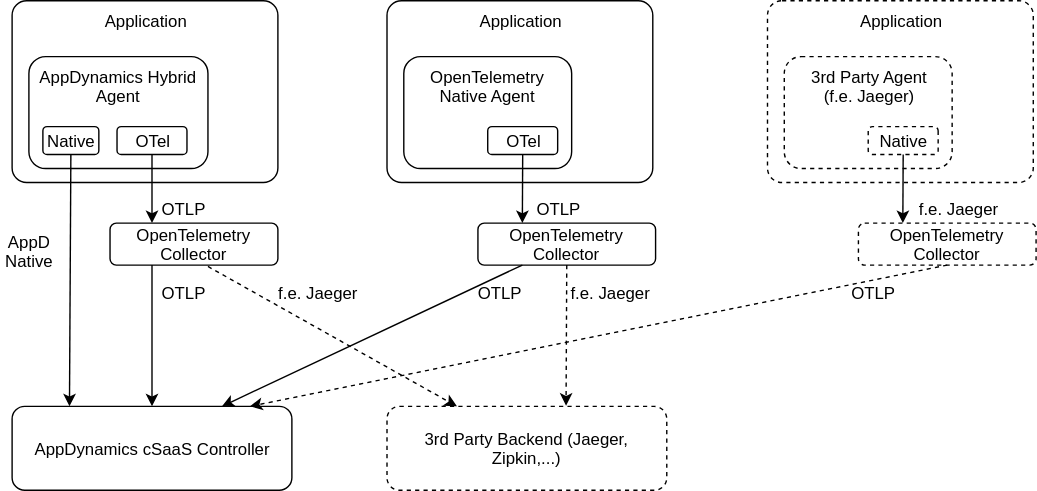
Before: images/mwh-otel-1/agt-coll-bck-arch.drawio.svg, a diagram exported from draw.io (chrlic/chrlic.github.io). Source tidied: cells renumbered, new cells last; positions are measured from the earlier drawing's top-left corner, leaving out a move shared by most shapes.
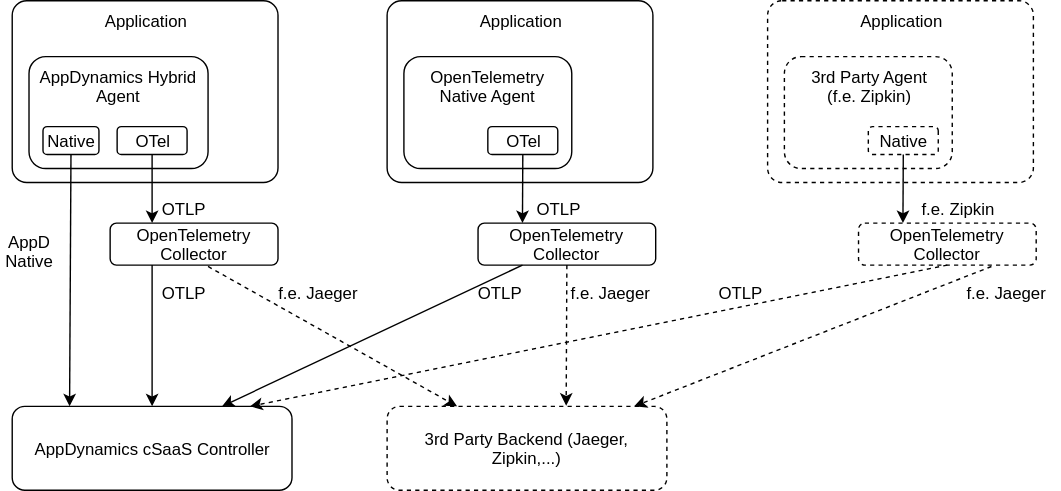
The same file after the commit.

Change to the diagram source:
```diff
@@ -78,7 +78,7 @@
     <mxCell id="25" value="Application" style="rounded=1;whiteSpace=wrap;html=1;verticalAlign=top;arcSize=8;dashed=1;" parent="1" vertex="1">
       <mxGeometry x="548" width="190" height="130" as="geometry" />
     </mxCell>
-    <mxCell id="26" value="3rd Party Agent&lt;br&gt;(f.e. Jaeger)" style="rounded=1;whiteSpace=wrap;html=1;verticalAlign=top;dashed=1;" parent="1" vertex="1">
+    <mxCell id="26" value="3rd Party Agent&lt;br&gt;(f.e. Zipkin)" style="rounded=1;whiteSpace=wrap;html=1;verticalAlign=top;dashed=1;" parent="1" vertex="1">
       <mxGeometry x="560" y="40" width="120" height="80" as="geometry" />
     </mxCell>
     <mxCell id="27" value="Native" style="rounded=1;whiteSpace=wrap;html=1;direction=south;dashed=1;" parent="1" vertex="1">
@@ -90,11 +90,11 @@
     <mxCell id="29" value="OpenTelemetry Collector" style="rounded=1;whiteSpace=wrap;html=1;dashed=1;" parent="1" vertex="1">
       <mxGeometry x="613" y="159" width="127" height="30" as="geometry" />
     </mxCell>
-    <mxCell id="30" value="f.e. Jaeger" style="text;html=1;strokeColor=none;fillColor=none;align=center;verticalAlign=middle;whiteSpace=wrap;rounded=0;dashed=1;" parent="1" vertex="1">
+    <mxCell id="30" value="f.e. Zipkin" style="text;html=1;strokeColor=none;fillColor=none;align=center;verticalAlign=middle;whiteSpace=wrap;rounded=0;dashed=1;" parent="1" vertex="1">
       <mxGeometry x="650" y="139" width="68" height="20" as="geometry" />
     </mxCell>
     <mxCell id="31" value="OTLP" style="text;html=1;strokeColor=none;fillColor=none;align=center;verticalAlign=middle;whiteSpace=wrap;rounded=0;" parent="1" vertex="1">
-      <mxGeometry x="603" y="199" width="40" height="20" as="geometry" />
+      <mxGeometry x="508" y="199" width="40" height="20" as="geometry" />
     </mxCell>
     <mxCell id="32" style="endArrow=classic;html=1;exitX=0.5;exitY=1;exitDx=0;exitDy=0;dashed=1;" parent="1" edge="1" source="29">
       <mxGeometry relative="1" as="geometry">
@@ -107,5 +107,13 @@
     <mxCell id="34" value="f.e. Jaeger" style="text;html=1;strokeColor=none;fillColor=none;align=center;verticalAlign=middle;whiteSpace=wrap;rounded=0;" parent="1" vertex="1">
       <mxGeometry x="397" y="199" width="77" height="20" as="geometry" />
     </mxCell>
+    <mxCell id="35" style="endArrow=classic;html=1;dashed=1;" parent="1" edge="1" target="17">
+      <mxGeometry relative="1" as="geometry">
+        <mxPoint x="708" y="190" as="sourcePoint" />
+      </mxGeometry>
+    </mxCell>
+    <mxCell id="36" value="f.e. Jaeger" style="text;html=1;strokeColor=none;fillColor=none;align=center;verticalAlign=middle;whiteSpace=wrap;rounded=0;" parent="1" vertex="1">
+      <mxGeometry x="679.5" y="199" width="77" height="20" as="geometry" />
+    </mxCell>
   </root>
 </mxGraphModel>
```
